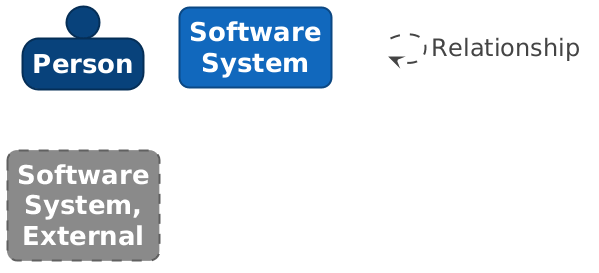
Above: docs/architecture/workspaces/landscape/exports/structurizr-Landscape-key.png in allensanborn/opentelemetry-demo (PlantUML), before the change. The source it was exported from:
```plantuml
@startuml

set separator none
hide stereotype

<style>
  root {
    BackgroundColor: #ffffff;
    FontColor: #444444;
  }
  // Element,Person
  .Element-RWxlbWVudCxQZXJzb24= {
    BackgroundColor: #08427b;
    LineColor: #052e56;
    LineStyle: 0;
    LineThickness: 2;
    FontColor: #ffffff;
    FontSize: 24;
    HorizontalAlignment: center;
    Shadowing: 0;
    MaximumWidth: 200;
  }
  // Element,Software System
  .Element-RWxlbWVudCxTb2Z0d2FyZSBTeXN0ZW0= {
    BackgroundColor: #1168bd;
    LineColor: #0b4884;
    LineStyle: 0;
    LineThickness: 2;
    RoundCorner: 20;
    FontColor: #ffffff;
    FontSize: 24;
    HorizontalAlignment: center;
    Shadowing: 0;
    MaximumWidth: 200;
  }
  // Element,Software System,External
  .Element-RWxlbWVudCxTb2Z0d2FyZSBTeXN0ZW0sRXh0ZXJuYWw= {
    BackgroundColor: #8a8a8a;
    LineColor: #606060;
    LineStyle: 10-10;
    LineThickness: 2;
    RoundCorner: 20;
    FontColor: #ffffff;
    FontSize: 24;
    HorizontalAlignment: center;
    Shadowing: 0;
    MaximumWidth: 200;
  }
  // Relationship
  .Relationship-UmVsYXRpb25zaGlw {
    LineThickness: 2;
    LineStyle: 10-10;
    LineColor: #444444;
    FontColor: #444444;
    FontSize: 24;
    MaximumWidth: 200;
  }
  // transparent element for relationships in legend
  .Element-Transparent {
    BackgroundColor: transparent;
    LineColor: transparent;
    FontColor: transparent;
  }
</style>

person "==Person" <<Element-RWxlbWVudCxQZXJzb24=>>

rectangle "==Software System" <<Element-RWxlbWVudCxTb2Z0d2FyZSBTeXN0ZW0=>>

rectangle "==Software System, External" <<Element-RWxlbWVudCxTb2Z0d2FyZSBTeXN0ZW0sRXh0ZXJuYWw=>>

rectangle "." <<.Element-Transparent>> as 1
1 --> 1 <<Relationship-UmVsYXRpb25zaGlw>> : "Relationship"

@enduml
```
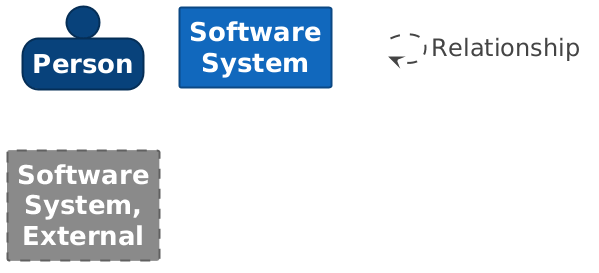
After the change.

What changed in the source:
```diff
@@ -26,7 +26,6 @@
     LineColor: #0b4884;
     LineStyle: 0;
     LineThickness: 2;
-    RoundCorner: 20;
     FontColor: #ffffff;
     FontSize: 24;
     HorizontalAlignment: center;
@@ -39,7 +38,6 @@
     LineColor: #606060;
     LineStyle: 10-10;
     LineThickness: 2;
-    RoundCorner: 20;
     FontColor: #ffffff;
     FontSize: 24;
     HorizontalAlignment: center;
```
